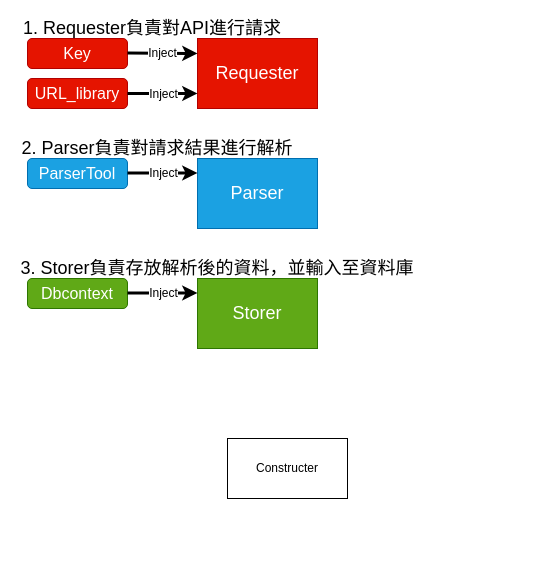
This is structure.drawio from jimmg35/Sensor_Crawling, a draw.io file, before an edit. Source tidied: cells renumbered, new cells numbered last; positions are measured from the earlier drawing's top-left corner, leaving out a move shared by most shapes. Both pictures are drawn from the tidied source at 100%, with x=0, y=0 at pixel (17, 18).
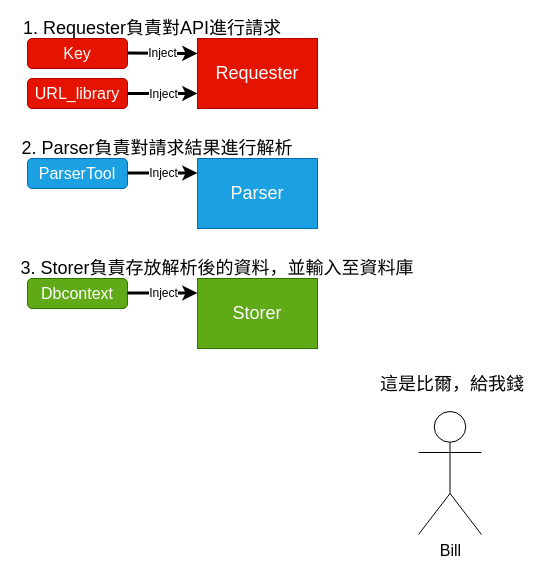
The same diagram, later.

Diff of the diagram source:
```diff
@@
-    <mxCell id="20" value="Constructer" style="rounded=0;whiteSpace=wrap;html=1;fontSize=12;" parent="1" vertex="1">
-      <mxGeometry x="210" y="420" width="120" height="60" as="geometry" />
-    </mxCell>
+    <mxCell id="21" value="&lt;font style=&quot;font-size: 16px&quot;&gt;Bill&lt;/font&gt;" style="shape=umlActor;verticalLabelPosition=bottom;verticalAlign=top;html=1;" parent="1" vertex="1">
+      <mxGeometry x="401" y="393" width="63" height="123" as="geometry" />
+    </mxCell>
+    <mxCell id="22" value="&lt;span style=&quot;font-size: 18px&quot;&gt;這是比爾，給我錢&lt;/span&gt;" style="text;html=1;strokeColor=none;fillColor=none;align=center;verticalAlign=middle;whiteSpace=wrap;rounded=0;fontSize=12;" parent="1" vertex="1">
+      <mxGeometry x="356" y="356" width="158" height="20" as="geometry" />
+    </mxCell>
```
